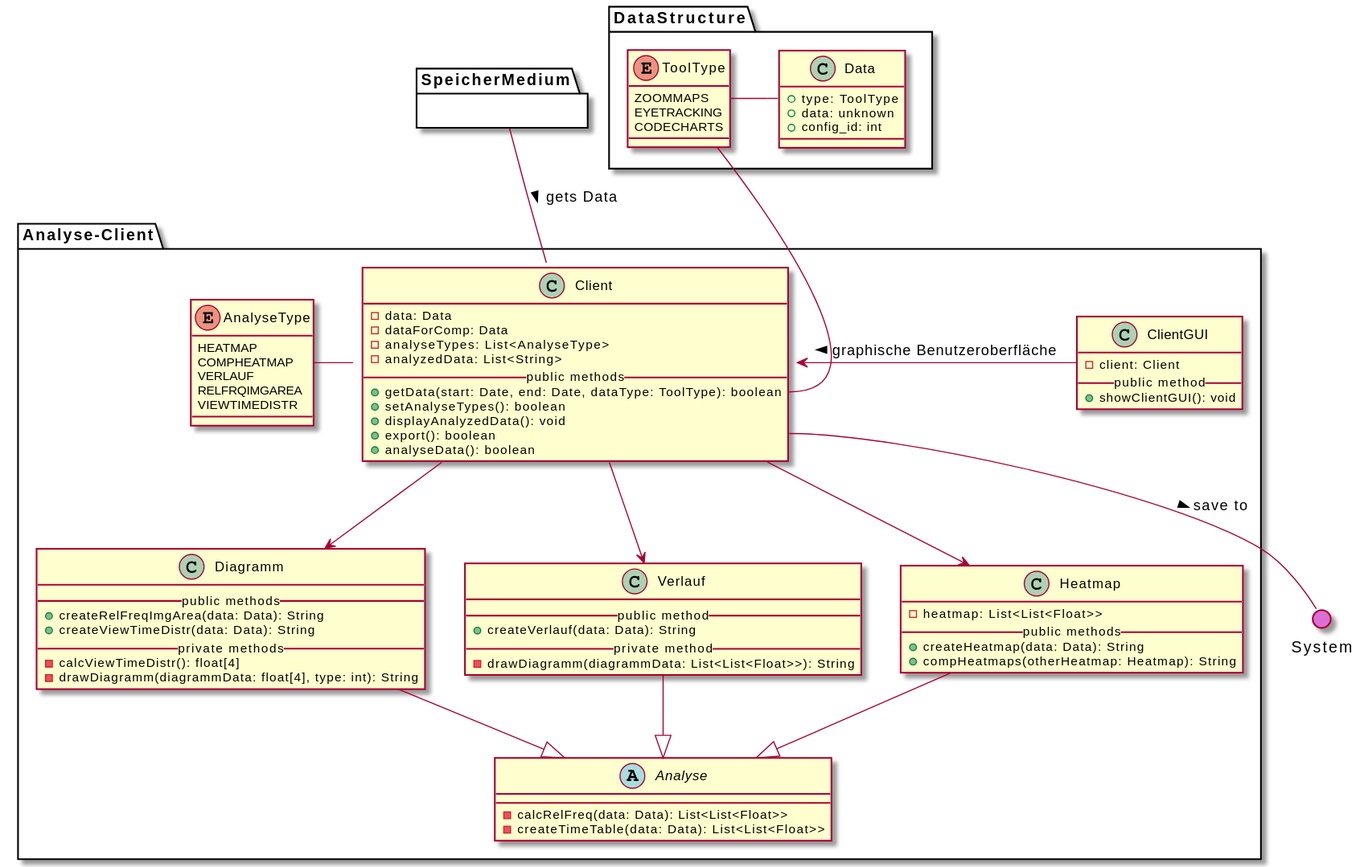
Earlier version of the PlantUML export meilenstein_03/uml-analyse-client/analyseclient.svg (weichware10/meilensteine).
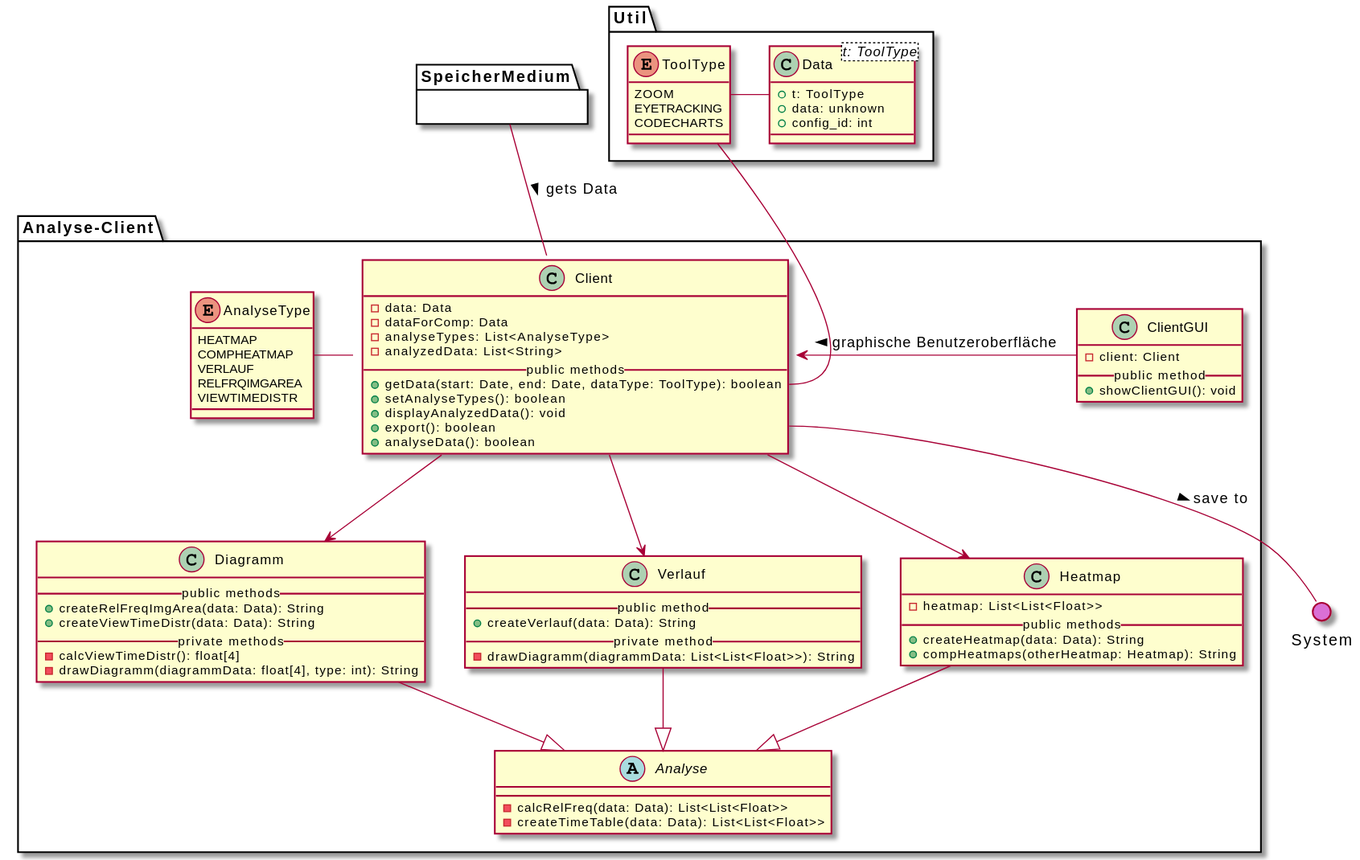
The same file after the commit.

Commit message:
Render PlantUML SVGs

Diff of the diagram source:
```diff
@@ -70,21 +70,21 @@
 
 package SpeicherMedium {}
 
-package DataStructure {
+package Util {
 
   enum ToolType {
-    ZOOMMAPS
+    ZOOM
     EYETRACKING
     CODECHARTS
   }
 
-  class Data {
-    + type: ToolType
+  class Data<t: ToolType> {
+    + t: ToolType
     + data: unknown
     + config_id: int
   }
 
-  Data::type -l- ToolType
+  Data -l- ToolType
 }
 
 () System #DA70D5
```
